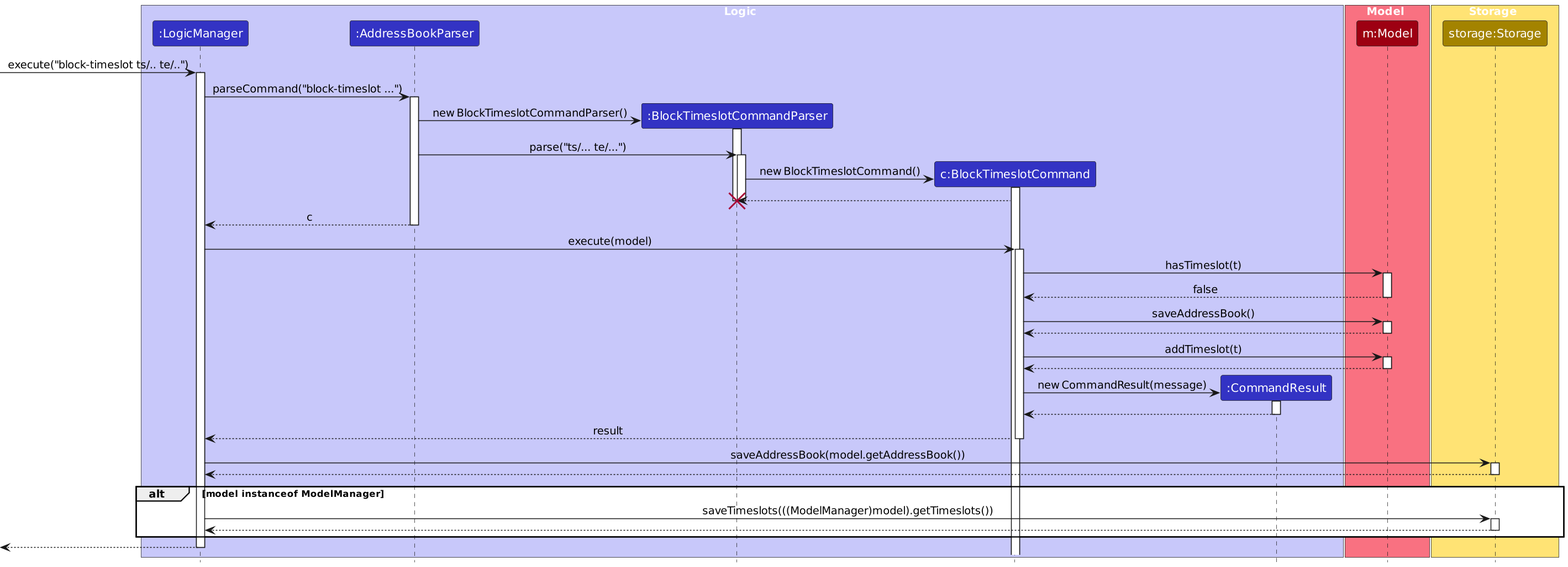
Earlier version of the PlantUML export diagrams/Timeslots/BlockTimeslotSequenceDiagram.png (PhoebeY05/tp). Its source is kept beside it as diagrams/Timeslots/BlockTimeslotSequenceDiagram.puml.
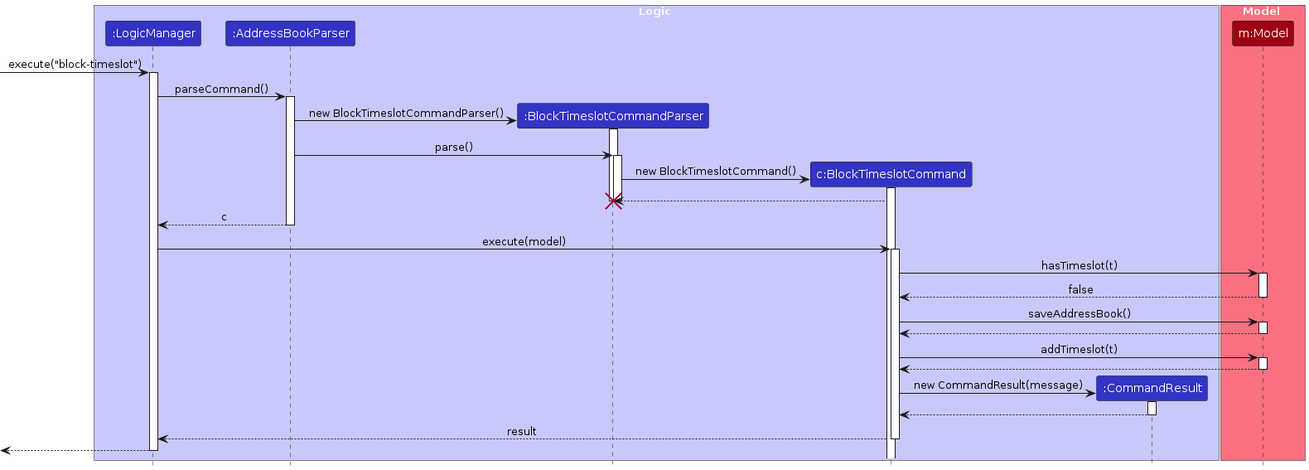
Above is the later version.

What changed in the source:
```diff
@@ -14,21 +14,17 @@
 participant "m:Model" as Model MODEL_COLOR
 end box
 
-box Storage STORAGE_COLOR_T1
-participant "storage:Storage" as Storage STORAGE_COLOR
-end box
-
-[-> LogicManager : execute("block-timeslot ts/.. te/..")
+[-> LogicManager : execute("block-timeslot")
 activate LogicManager
 
-LogicManager -> AddressBookParser : parseCommand("block-timeslot ...")
+LogicManager -> AddressBookParser : parseCommand()
 activate AddressBookParser
 
 create BlockTimeslotCommandParser
 AddressBookParser -> BlockTimeslotCommandParser : new BlockTimeslotCommandParser()
 activate BlockTimeslotCommandParser
 
-AddressBookParser -> BlockTimeslotCommandParser : parse("ts/... te/...")
+AddressBookParser -> BlockTimeslotCommandParser : parse()
 activate BlockTimeslotCommandParser
 
 create BlockTimeslotCommand
@@ -69,20 +65,8 @@
 BlockTimeslotCommand --> LogicManager : result
 deactivate BlockTimeslotCommand
 
-LogicManager -> Storage : saveAddressBook(model.getAddressBook())
-activate Storage
-Storage --> LogicManager
-deactivate Storage
-
-alt model instanceof ModelManager
-    LogicManager -> Storage : saveTimeslots(((ModelManager)model).getTimeslots())
-    activate Storage
-    Storage --> LogicManager
-    deactivate Storage
-end
 
 [<-- LogicManager
 deactivate LogicManager
 
-scale 1.5
 @enduml
```
